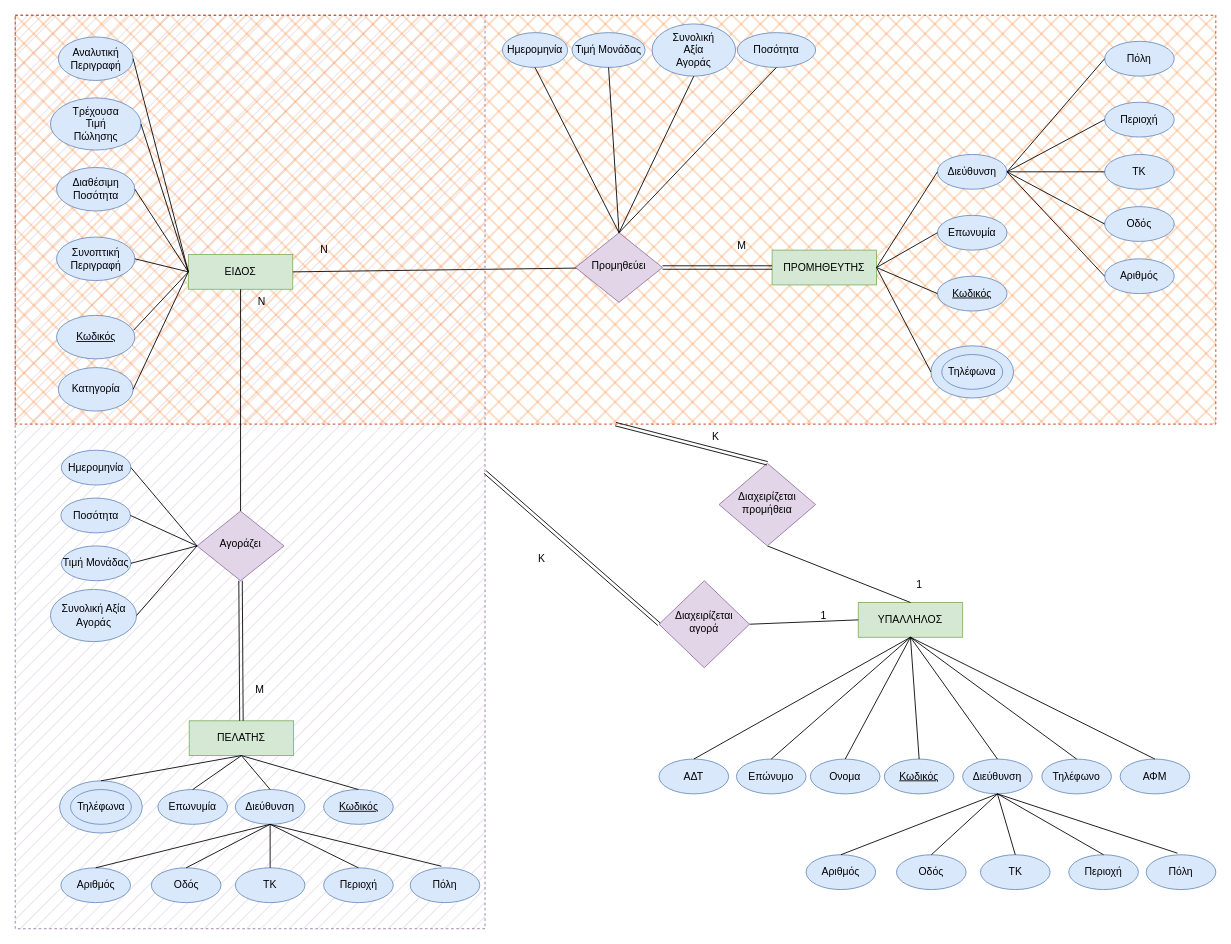
This is ERDiagramFlowchart.drawio from Lazini/ERDiagram, a draw.io file, before an edit. Source tidied: cells renumbered, new cells numbered last; positions are measured from the earlier drawing's top-left corner, leaving out a move shared by most shapes. Both pictures are drawn from the tidied source at 87%, with x=0, y=0 at pixel (15, 15).
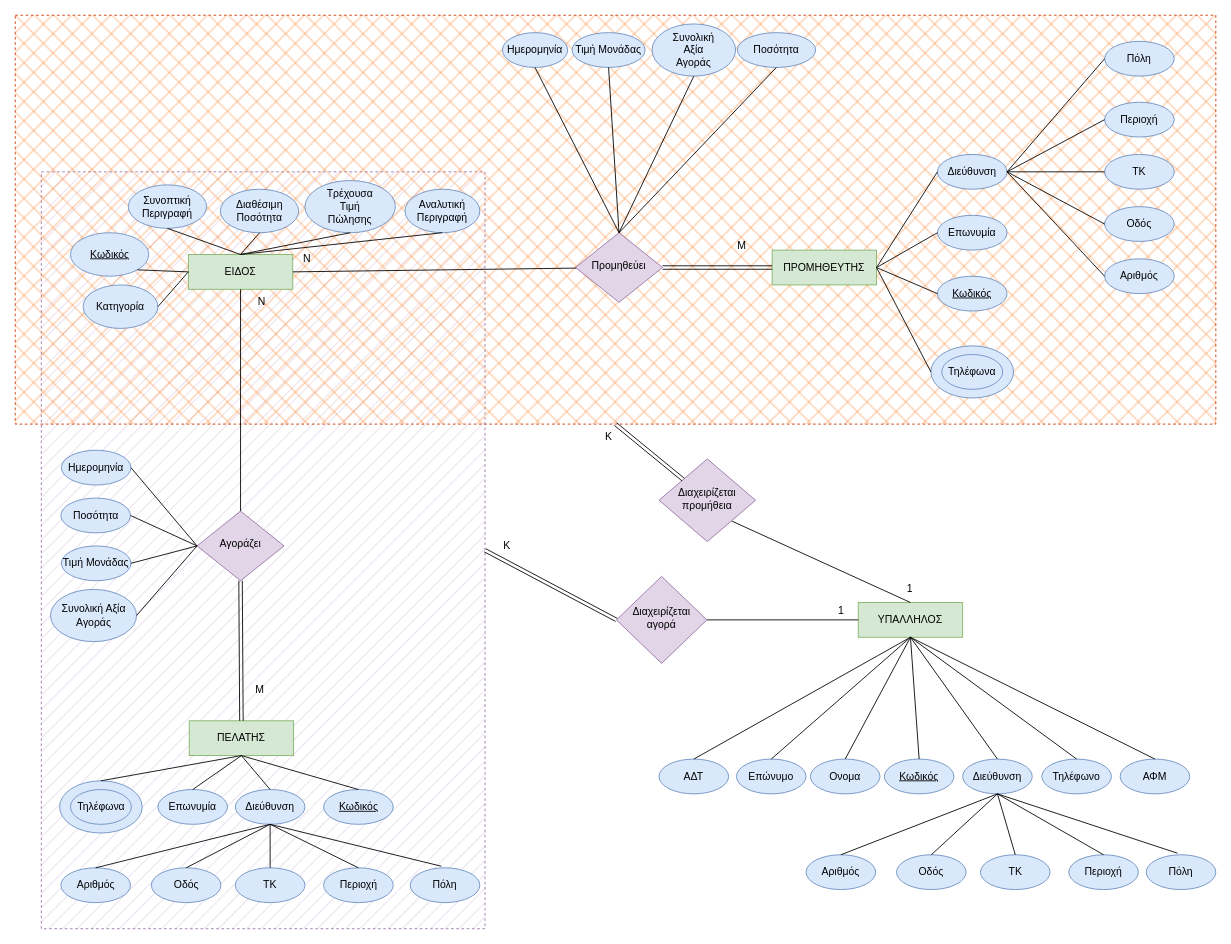
The same page after the edit.

Unchanged cells that the change refers to:
```xml
<mxCell id="3" style="rounded=0;whiteSpace=wrap;html=1;dashed=1;fillColor=#fa6800;strokeColor=#C73500;fillStyle=cross-hatch;fontColor=#000000;" parent="1" vertex="1">
  <mxGeometry width="1380" height="470" as="geometry" />
</mxCell>
<mxCell id="4" value="ΕΙΔΟΣ" style="rounded=0;whiteSpace=wrap;html=1;fontSize=12;glass=0;strokeWidth=1;shadow=0;fillColor=#d5e8d4;strokeColor=#82b366;" parent="1" vertex="1">
  <mxGeometry x="199" y="275" width="120" height="40" as="geometry" />
</mxCell>
<mxCell id="7" value="&lt;div&gt;ΥΠΑΛΛΗΛΟΣ&lt;/div&gt;" style="rounded=0;whiteSpace=wrap;html=1;fontSize=12;glass=0;strokeWidth=1;shadow=0;fillColor=#d5e8d4;strokeColor=#82b366;" parent="1" vertex="1">
  <mxGeometry x="969" y="675" width="120" height="40" as="geometry" />
</mxCell>
```

Diff of the diagram source:
```diff
@@
     <mxCell id="2" style="rounded=0;whiteSpace=wrap;html=1;dashed=1;fillStyle=hatch;fillColor=#e1d5e7;strokeColor=#9673a6;" parent="1" vertex="1">
-      <mxGeometry width="540" height="1050" as="geometry" />
+      <mxGeometry x="30" y="180" width="510" height="870" as="geometry" />
     </mxCell>
@@
     <mxCell id="11" value="&lt;div&gt;Διαθέσιμη &lt;br&gt;&lt;/div&gt;&lt;div&gt;Ποσότητα&lt;/div&gt;" style="ellipse;whiteSpace=wrap;html=1;fillColor=#dae8fc;strokeColor=#6c8ebf;" parent="1" vertex="1">
-      <mxGeometry x="47.5" y="175" width="90" height="50" as="geometry" />
+      <mxGeometry x="235.8" y="200" width="90" height="50" as="geometry" />
     </mxCell>
     <mxCell id="12" value="&lt;div&gt;Αναλυτική&lt;/div&gt;&lt;div&gt;Περιγραφή&lt;/div&gt;" style="ellipse;whiteSpace=wrap;html=1;fillColor=#dae8fc;strokeColor=#6c8ebf;" parent="1" vertex="1">
-      <mxGeometry x="49.5" y="25" width="86" height="50" as="geometry" />
+      <mxGeometry x="448" y="200" width="86" height="50" as="geometry" />
     </mxCell>
     <mxCell id="13" value="&lt;div&gt;Συνοπτική&lt;/div&gt;&lt;div&gt;Περιγραφή&lt;/div&gt;" style="ellipse;whiteSpace=wrap;html=1;fillColor=#dae8fc;strokeColor=#6c8ebf;" parent="1" vertex="1">
-      <mxGeometry x="47.5" y="255" width="90" height="50" as="geometry" />
+      <mxGeometry x="130" y="195" width="90" height="50" as="geometry" />
     </mxCell>
     <mxCell id="14" value="&lt;u&gt;Κωδικός&lt;/u&gt;" style="ellipse;whiteSpace=wrap;html=1;fillColor=#dae8fc;strokeColor=#6c8ebf;" parent="1" vertex="1">
-      <mxGeometry x="47.5" y="345" width="90" height="50" as="geometry" />
+      <mxGeometry x="63.5" y="250" width="90" height="50" as="geometry" />
     </mxCell>
     <mxCell id="15" value="&lt;div&gt;Κατηγορία&lt;/div&gt;" style="ellipse;whiteSpace=wrap;html=1;fillColor=#dae8fc;strokeColor=#6c8ebf;" parent="1" vertex="1">
-      <mxGeometry x="49.5" y="405" width="86" height="50" as="geometry" />
+      <mxGeometry x="78" y="310" width="86" height="50" as="geometry" />
     </mxCell>
     <mxCell id="16" value="&lt;div&gt;Τρέχουσα&lt;/div&gt;&lt;div&gt;Τιμή&lt;/div&gt;&lt;div&gt;Πώλησης&lt;/div&gt;" style="ellipse;whiteSpace=wrap;html=1;fillColor=#dae8fc;strokeColor=#6c8ebf;" parent="1" vertex="1">
-      <mxGeometry x="40.5" y="95" width="104" height="60" as="geometry" />
+      <mxGeometry x="333" y="190" width="104" height="60" as="geometry" />
     </mxCell>
@@
-    <mxCell id="18" style="endArrow=none;html=1;rounded=0;exitX=0.983;exitY=0.343;exitDx=0;exitDy=0;entryX=0;entryY=0.5;entryDx=0;entryDy=0;exitPerimeter=0;" parent="1" edge="1" source="14" target="4">
+    <mxCell id="18" style="endArrow=none;html=1;rounded=0;exitX=1;exitY=1;exitDx=0;exitDy=0;entryX=0;entryY=0.5;entryDx=0;entryDy=0;" parent="1" edge="1" source="14" target="4">
       <mxGeometry relative="1" as="geometry" />
     </mxCell>
-    <mxCell id="19" style="endArrow=none;html=1;rounded=0;exitX=1;exitY=0.5;exitDx=0;exitDy=0;entryX=0;entryY=0.5;entryDx=0;entryDy=0;" parent="1" edge="1" source="13" target="4">
+    <mxCell id="19" style="endArrow=none;html=1;rounded=0;exitX=0.5;exitY=1;exitDx=0;exitDy=0;entryX=0.5;entryY=0;entryDx=0;entryDy=0;" parent="1" edge="1" source="13" target="4">
       <mxGeometry relative="1" as="geometry" />
     </mxCell>
-    <mxCell id="20" style="endArrow=none;html=1;rounded=0;exitX=1;exitY=0.5;exitDx=0;exitDy=0;entryX=0;entryY=0.5;entryDx=0;entryDy=0;" parent="1" edge="1" source="11" target="4">
+    <mxCell id="20" style="endArrow=none;html=1;rounded=0;exitX=0.5;exitY=1;exitDx=0;exitDy=0;entryX=0.5;entryY=0;entryDx=0;entryDy=0;" parent="1" edge="1" source="11" target="4">
       <mxGeometry relative="1" as="geometry" />
     </mxCell>
-    <mxCell id="21" style="endArrow=none;html=1;rounded=0;exitX=1;exitY=0.5;exitDx=0;exitDy=0;entryX=0;entryY=0.5;entryDx=0;entryDy=0;" parent="1" edge="1" source="16" target="4">
+    <mxCell id="21" style="endArrow=none;html=1;rounded=0;exitX=0.5;exitY=1;exitDx=0;exitDy=0;entryX=0.5;entryY=0;entryDx=0;entryDy=0;" parent="1" edge="1" source="16" target="4">
       <mxGeometry relative="1" as="geometry" />
     </mxCell>
-    <mxCell id="22" style="endArrow=none;html=1;rounded=0;exitX=1;exitY=0.5;exitDx=0;exitDy=0;entryX=0;entryY=0.5;entryDx=0;entryDy=0;" parent="1" edge="1" source="12" target="4">
+    <mxCell id="22" style="endArrow=none;html=1;rounded=0;exitX=0.5;exitY=1;exitDx=0;exitDy=0;entryX=0.5;entryY=0;entryDx=0;entryDy=0;" parent="1" edge="1" source="12" target="4">
       <mxGeometry relative="1" as="geometry" />
     </mxCell>
     <mxCell id="23" value="Ν" style="text;html=1;align=center;verticalAlign=middle;strokeColor=none;fillColor=none;" parent="1" vertex="1">
-      <mxGeometry x="339.5" y="255" width="30" height="30" as="geometry" />
+      <mxGeometry x="320" y="265" width="30" height="30" as="geometry" />
     </mxCell>
@@
-    <mxCell id="108" style="endArrow=none;html=1;rounded=0;entryX=0.5;entryY=1;entryDx=0;entryDy=0;exitX=0.5;exitY=0;exitDx=0;exitDy=0;" parent="1" edge="1" source="7" target="112">
+    <mxCell id="108" style="endArrow=none;html=1;rounded=0;entryX=1;entryY=1;entryDx=0;entryDy=0;exitX=0.5;exitY=0;exitDx=0;exitDy=0;" parent="1" edge="1" source="7" target="112">
       <mxGeometry relative="1" as="geometry" />
     </mxCell>
@@
     <mxCell id="110" value="1" style="text;html=1;align=center;verticalAlign=middle;strokeColor=none;fillColor=none;" parent="1" vertex="1">
-      <mxGeometry x="1024" y="640" width="30" height="30" as="geometry" />
+      <mxGeometry x="1013" y="645" width="30" height="30" as="geometry" />
     </mxCell>
     <mxCell id="111" value="1" style="text;html=1;align=center;verticalAlign=middle;strokeColor=none;fillColor=none;" parent="1" vertex="1">
-      <mxGeometry x="914" y="675" width="30" height="30" as="geometry" />
+      <mxGeometry x="934" y="670" width="30" height="30" as="geometry" />
     </mxCell>
     <mxCell id="112" value="Διαχειρίζεται&lt;br&gt;&lt;div&gt;προμήθεια&lt;/div&gt;" style="rhombus;whiteSpace=wrap;html=1;shadow=0;fontFamily=Helvetica;fontSize=12;align=center;strokeWidth=1;spacing=6;spacingTop=-4;fillColor=#e1d5e7;strokeColor=#9673a6;" parent="1" vertex="1">
-      <mxGeometry x="809" y="515" width="111" height="95" as="geometry" />
+      <mxGeometry x="740" y="510" width="111" height="95" as="geometry" />
     </mxCell>
-    <mxCell id="113" style="endArrow=none;html=1;rounded=0;entryX=0.5;entryY=1;entryDx=0;entryDy=0;exitX=0.5;exitY=0;exitDx=0;exitDy=0;shape=link;" parent="1" edge="1" source="112" target="3">
+    <mxCell id="113" style="endArrow=none;html=1;rounded=0;entryX=0.5;entryY=1;entryDx=0;entryDy=0;exitX=0;exitY=0;exitDx=0;exitDy=0;shape=link;" parent="1" edge="1" source="112" target="3">
       <mxGeometry relative="1" as="geometry" />
     </mxCell>
     <mxCell id="114" value="K" style="text;html=1;align=center;verticalAlign=middle;strokeColor=none;fillColor=none;" parent="1" vertex="1">
-      <mxGeometry x="790" y="470" width="30" height="30" as="geometry" />
+      <mxGeometry x="667" y="470" width="30" height="30" as="geometry" />
     </mxCell>
     <mxCell id="115" value="Διαχειρίζεται&lt;br&gt;αγορά" style="rhombus;whiteSpace=wrap;html=1;shadow=0;fontFamily=Helvetica;fontSize=12;align=center;strokeWidth=1;spacing=6;spacingTop=-4;fillColor=#e1d5e7;strokeColor=#9673a6;" parent="1" vertex="1">
-      <mxGeometry x="740" y="650" width="104" height="100" as="geometry" />
+      <mxGeometry x="691" y="645" width="104" height="100" as="geometry" />
     </mxCell>
@@
     <mxCell id="117" value="K" style="text;html=1;align=center;verticalAlign=middle;strokeColor=none;fillColor=none;" parent="1" vertex="1">
-      <mxGeometry x="590" y="610" width="30" height="30" as="geometry" />
+      <mxGeometry x="550" y="595" width="30" height="30" as="geometry" />
     </mxCell>
```
